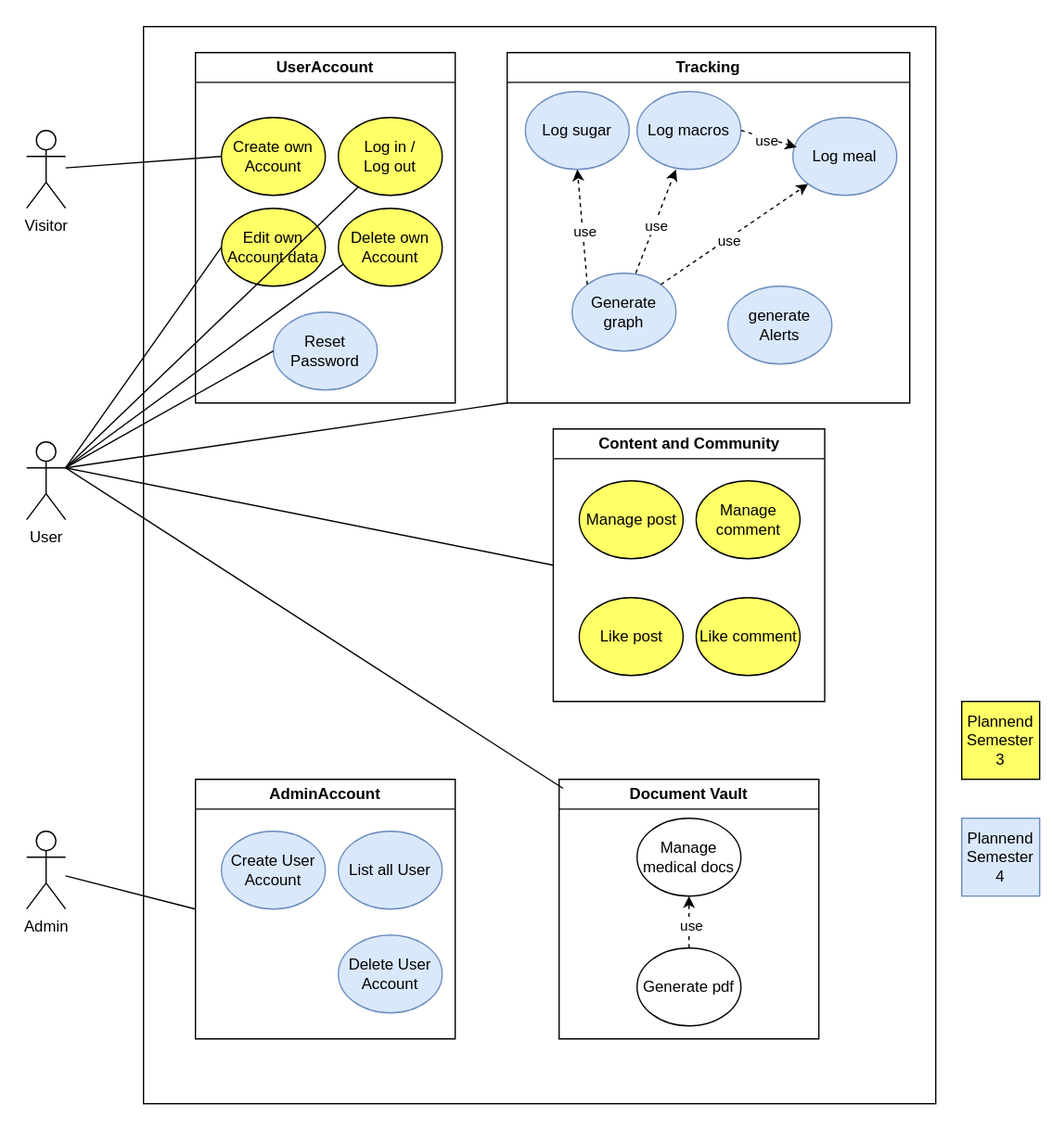
The draw.io diagram docs/UCD2.drawio.svg in millisom/GluGuide, before a commit. Source tidied: cells renumbered, new cells last; positions are measured from the earlier drawing's top-left corner, leaving out a move shared by most shapes.
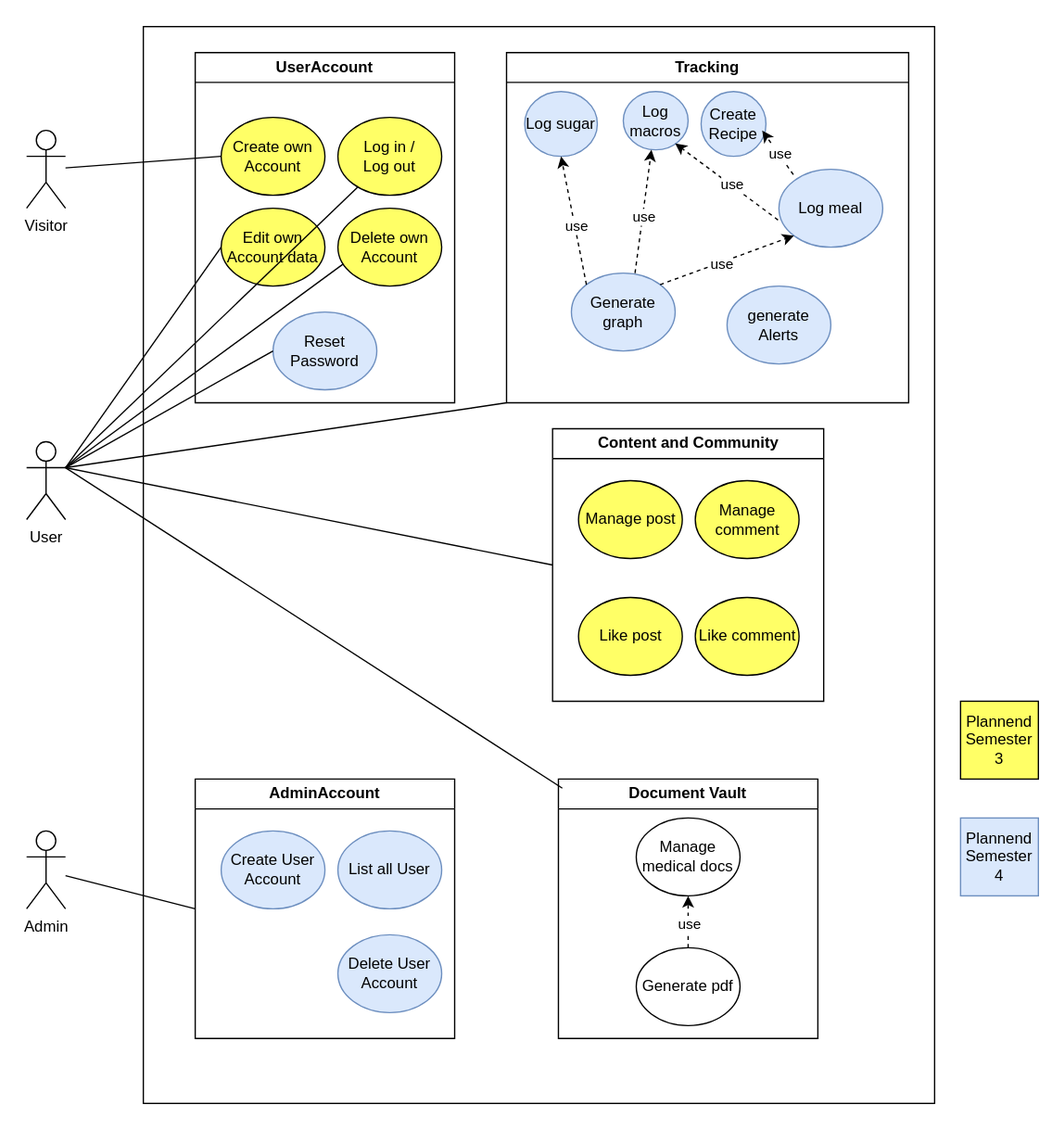
Later version of the same file.

Change to the diagram source:
```diff
@@ -33,10 +33,10 @@
       <mxGeometry x="290" y="170" width="80" height="60" as="geometry" />
     </mxCell>
     <mxCell id="12" value="Log meal" style="ellipse;whiteSpace=wrap;html=1;fillColor=#dae8fc;strokeColor=#6c8ebf;" parent="3" vertex="1">
-      <mxGeometry x="460" y="50" width="80" height="60" as="geometry" />
+      <mxGeometry x="450" y="90" width="80" height="60" as="geometry" />
     </mxCell>
     <mxCell id="13" value="Log sugar" style="ellipse;whiteSpace=wrap;html=1;fillColor=#dae8fc;strokeColor=#6c8ebf;" parent="3" vertex="1">
-      <mxGeometry x="254" y="30" width="80" height="60" as="geometry" />
+      <mxGeometry x="254" y="30" width="56" height="50" as="geometry" />
     </mxCell>
     <mxCell id="14" style="endArrow=classic;html=1;rounded=0;dashed=1;exitX=0;exitY=0;exitDx=0;exitDy=0;entryX=0.5;entryY=1;entryDx=0;entryDy=0;" parent="3" edge="1" source="11" target="13">
       <mxGeometry relative="1" as="geometry" />
@@ -44,9 +44,6 @@
     <mxCell id="15" value="use" style="edgeLabel;html=1;align=center;verticalAlign=middle;" parent="14" vertex="1">
       <mxGeometry x="-0.09" y="-1" relative="1" as="geometry" />
     </mxCell>
-    <mxCell id="16" value="Log macros" style="ellipse;whiteSpace=wrap;html=1;fillColor=#dae8fc;strokeColor=#6c8ebf;" parent="3" vertex="1">
-      <mxGeometry x="340" y="30" width="80" height="60" as="geometry" />
-    </mxCell>
     <mxCell id="17" value="Content and Community" style="swimlane;whiteSpace=wrap;html=1;" parent="3" vertex="1">
       <mxGeometry x="275.5" y="290" width="209" height="210" as="geometry" />
     </mxCell>
@@ -80,18 +77,24 @@
     <mxCell id="27" value="use" style="edgeLabel;html=1;align=center;verticalAlign=middle;" parent="26" vertex="1">
       <mxGeometry x="-0.09" y="-1" relative="1" as="geometry" />
     </mxCell>
-    <mxCell id="28" style="endArrow=classic;html=1;rounded=0;dashed=1;exitX=1;exitY=0.5;exitDx=0;exitDy=0;entryX=0.038;entryY=0.383;entryDx=0;entryDy=0;entryPerimeter=0;" parent="3" edge="1" source="16" target="12">
-      <mxGeometry relative="1" as="geometry" />
-    </mxCell>
-    <mxCell id="29" value="use" style="edgeLabel;html=1;align=center;verticalAlign=middle;points=[];" parent="28" vertex="1">
-      <mxGeometry x="-0.09" y="-1" relative="1" as="geometry" />
+    <mxCell id="29" value="Create Recipe" style="ellipse;whiteSpace=wrap;html=1;fillColor=#dae8fc;strokeColor=#6c8ebf;direction=south;" parent="3" vertex="1">
+      <mxGeometry x="390" y="30" width="50" height="50" as="geometry" />
     </mxCell>
+    <mxCell id="53" style="endArrow=classic;html=1;rounded=0;dashed=1;exitX=0.139;exitY=0.069;exitDx=0;exitDy=0;entryX=0.603;entryY=0.058;entryDx=0;entryDy=0;entryPerimeter=0;exitPerimeter=0;" parent="3" edge="1" source="12" target="29">
+      <mxGeometry relative="1" as="geometry" />
+    </mxCell>
+    <mxCell id="54" value="use" style="edgeLabel;html=1;align=center;verticalAlign=middle;" parent="53" vertex="1">
+      <mxGeometry x="-0.09" y="-1" relative="1" as="geometry" />
+    </mxCell>
     <mxCell id="30" value="Tracking" style="swimlane;whiteSpace=wrap;html=1;" parent="1" vertex="1">
       <mxGeometry x="390" y="40" width="310" height="270" as="geometry" />
     </mxCell>
     <mxCell id="31" value="generate Alerts" style="ellipse;whiteSpace=wrap;html=1;fillColor=#dae8fc;strokeColor=#6c8ebf;" parent="30" vertex="1">
       <mxGeometry x="170" y="180" width="80" height="60" as="geometry" />
     </mxCell>
+    <mxCell id="16" value="Log macros" style="ellipse;whiteSpace=wrap;html=1;fillColor=#dae8fc;strokeColor=#6c8ebf;" parent="30" vertex="1">
+      <mxGeometry x="90" y="30" width="50" height="45" as="geometry" />
+    </mxCell>
     <mxCell id="32" value="Document Vault" style="swimlane;whiteSpace=wrap;html=1;" parent="1" vertex="1">
       <mxGeometry x="430" y="600" width="200" height="200" as="geometry" />
     </mxCell>
@@ -139,10 +142,8 @@
         <mxPoint x="50" y="360" as="targetPoint" />
       </mxGeometry>
     </mxCell>
-    <mxCell id="45" style="endArrow=classic;html=1;rounded=0;dashed=1;exitX=0.613;exitY=0;exitDx=0;exitDy=0;exitPerimeter=0;" parent="1" edge="1" source="11">
-      <mxGeometry relative="1" as="geometry">
-        <mxPoint x="520" y="130" as="targetPoint" />
-      </mxGeometry>
+    <mxCell id="45" style="endArrow=classic;html=1;rounded=0;dashed=1;exitX=0.613;exitY=0;exitDx=0;exitDy=0;exitPerimeter=0;entryX=0.435;entryY=0.999;entryDx=0;entryDy=0;entryPerimeter=0;" parent="1" edge="1" source="11" target="16">
+      <mxGeometry relative="1" as="geometry" />
     </mxCell>
     <mxCell id="46" value="use" style="edgeLabel;html=1;align=center;verticalAlign=middle;" parent="45" vertex="1">
       <mxGeometry x="-0.09" y="-1" relative="1" as="geometry" />
@@ -173,5 +174,13 @@
         <mxPoint x="50" y="360" as="sourcePoint" />
       </mxGeometry>
     </mxCell>
+    <mxCell id="55" style="endArrow=classic;html=1;rounded=0;dashed=1;exitX=-0.009;exitY=0.651;exitDx=0;exitDy=0;exitPerimeter=0;" parent="1" edge="1" source="12">
+      <mxGeometry relative="1" as="geometry">
+        <mxPoint x="520" y="110" as="targetPoint" />
+      </mxGeometry>
+    </mxCell>
+    <mxCell id="56" value="use" style="edgeLabel;html=1;align=center;verticalAlign=middle;" parent="55" vertex="1">
+      <mxGeometry x="-0.09" y="-1" relative="1" as="geometry" />
+    </mxCell>
   </root>
 </mxGraphModel>
```
